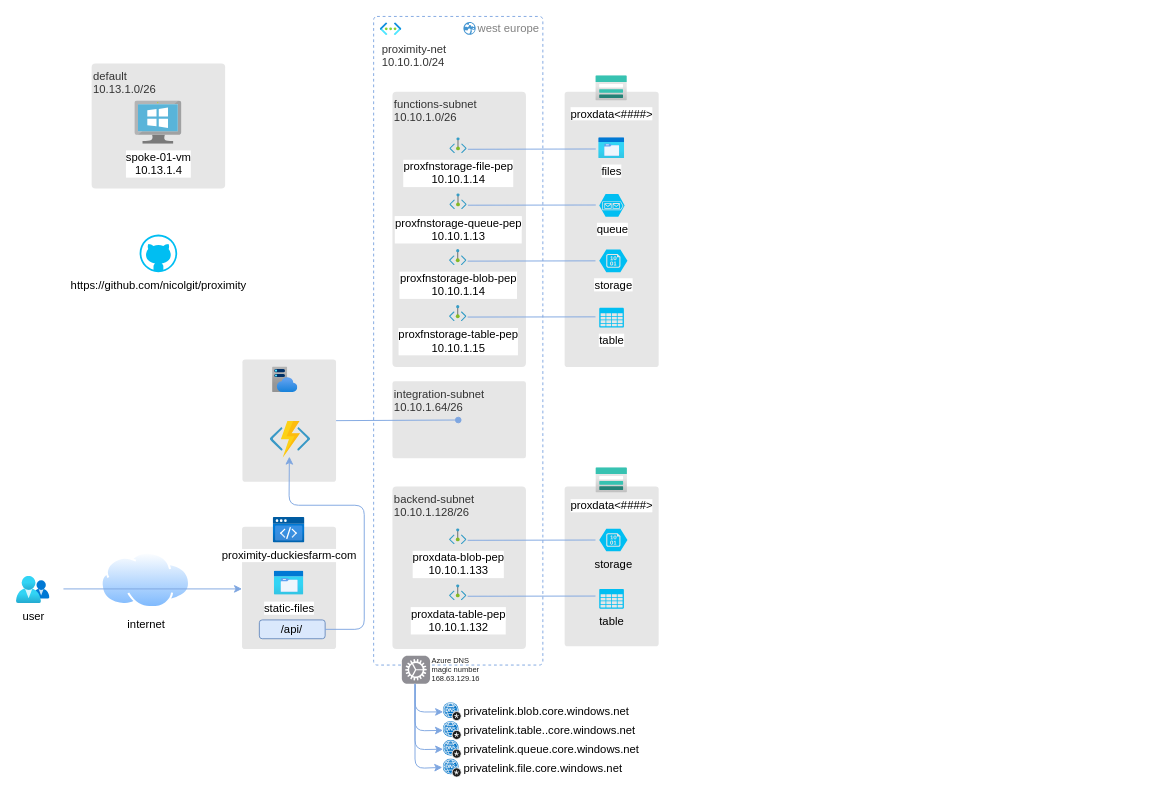
Above: deployment/architecture.drawio in nicolgit/proximity (draw.io), before the change. Source tidied: cells renumbered, new cells numbered last; positions are measured from the earlier drawing's top-left corner, leaving out a move shared by most shapes. Both pictures are drawn from the tidied source at 94%, with x=0, y=0 at pixel (16, 16).
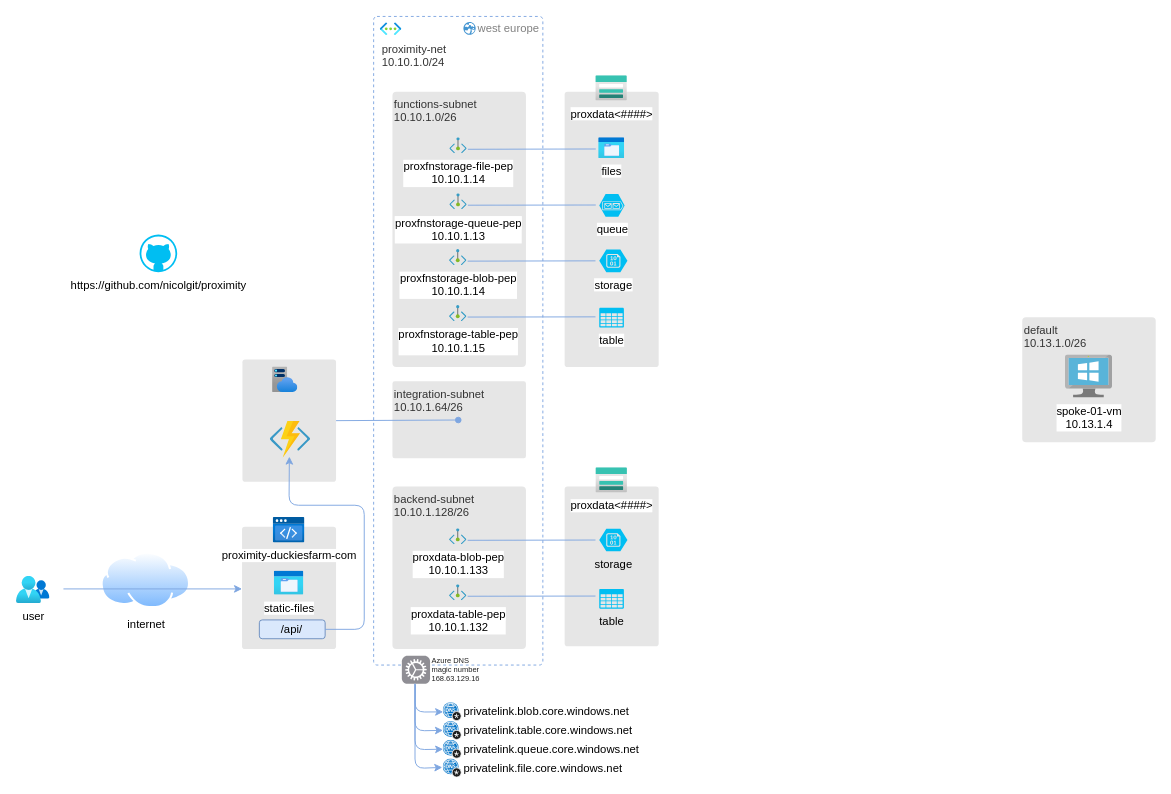
The same diagram, later.

Change to the diagram source:
```diff
@@
     <mxCell id="8" style="group;fontFamily=Helvetica;" parent="1" vertex="1">
-      <mxGeometry x="80" y="50" width="142" height="133" as="geometry" />
+      <mxGeometry x="1070" y="320" width="142" height="133" as="geometry" />
     </mxCell>
@@
-    <mxCell id="48" value="privatelink.table..core.windows.net" style="image;sketch=0;html=1;points=[];align=left;fontSize=12;image=img/lib/mscae/DNS_Private_Zones.svg;labelPosition=right;verticalLabelPosition=middle;verticalAlign=middle;" parent="1" vertex="1">
+    <mxCell id="48" value="privatelink.table.core.windows.net" style="image;sketch=0;html=1;points=[];align=left;fontSize=12;image=img/lib/mscae/DNS_Private_Zones.svg;labelPosition=right;verticalLabelPosition=middle;verticalAlign=middle;" parent="1" vertex="1">
       <mxGeometry x="454" y="750" width="20" height="20" as="geometry" />
     </mxCell>
```
